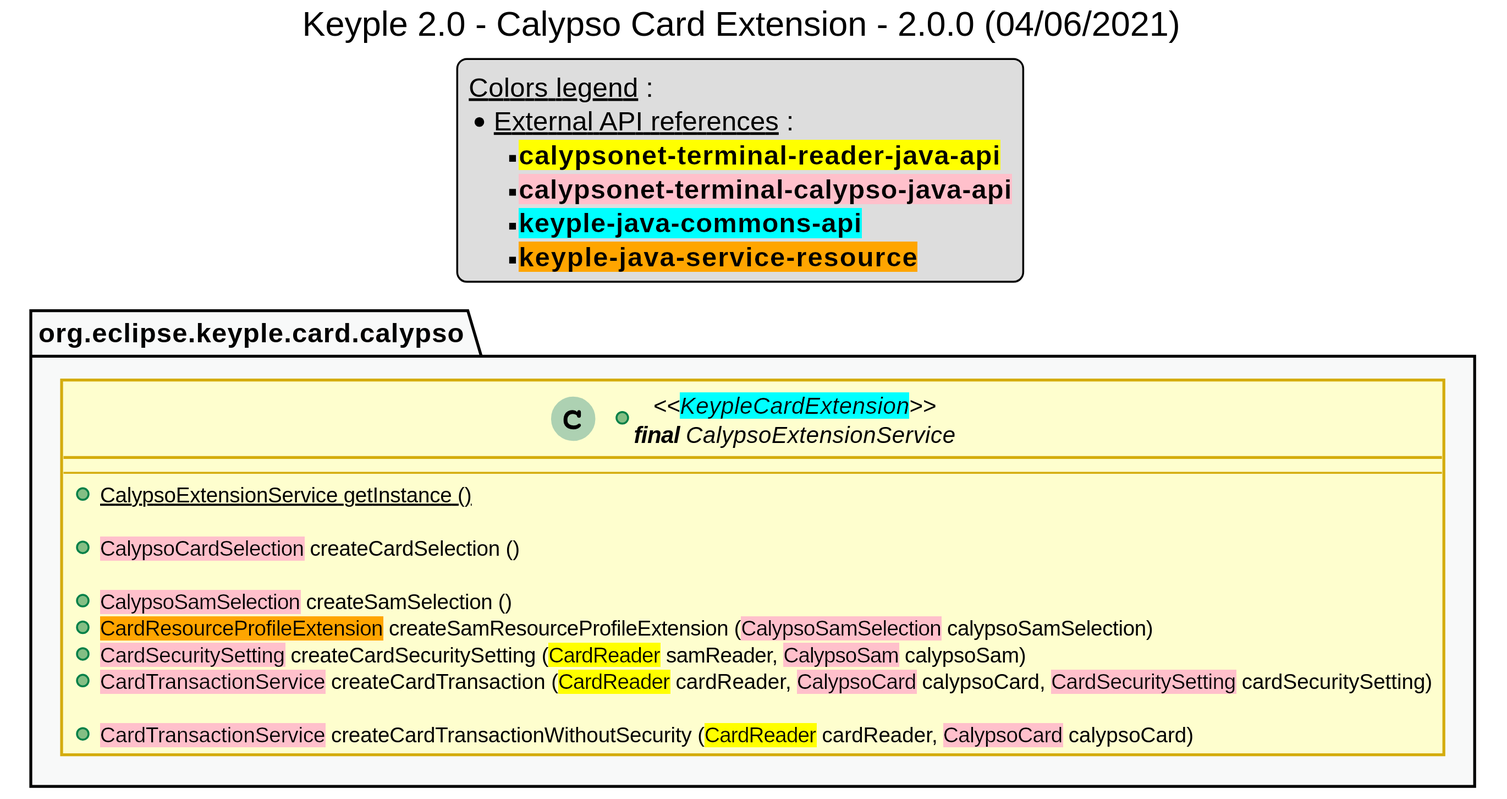
Earlier version of the PlantUML export uml/class/components/card-calypso/keyple_2_0_class_calypso_card_extension.svg (calypsonet/keyple_2_0).
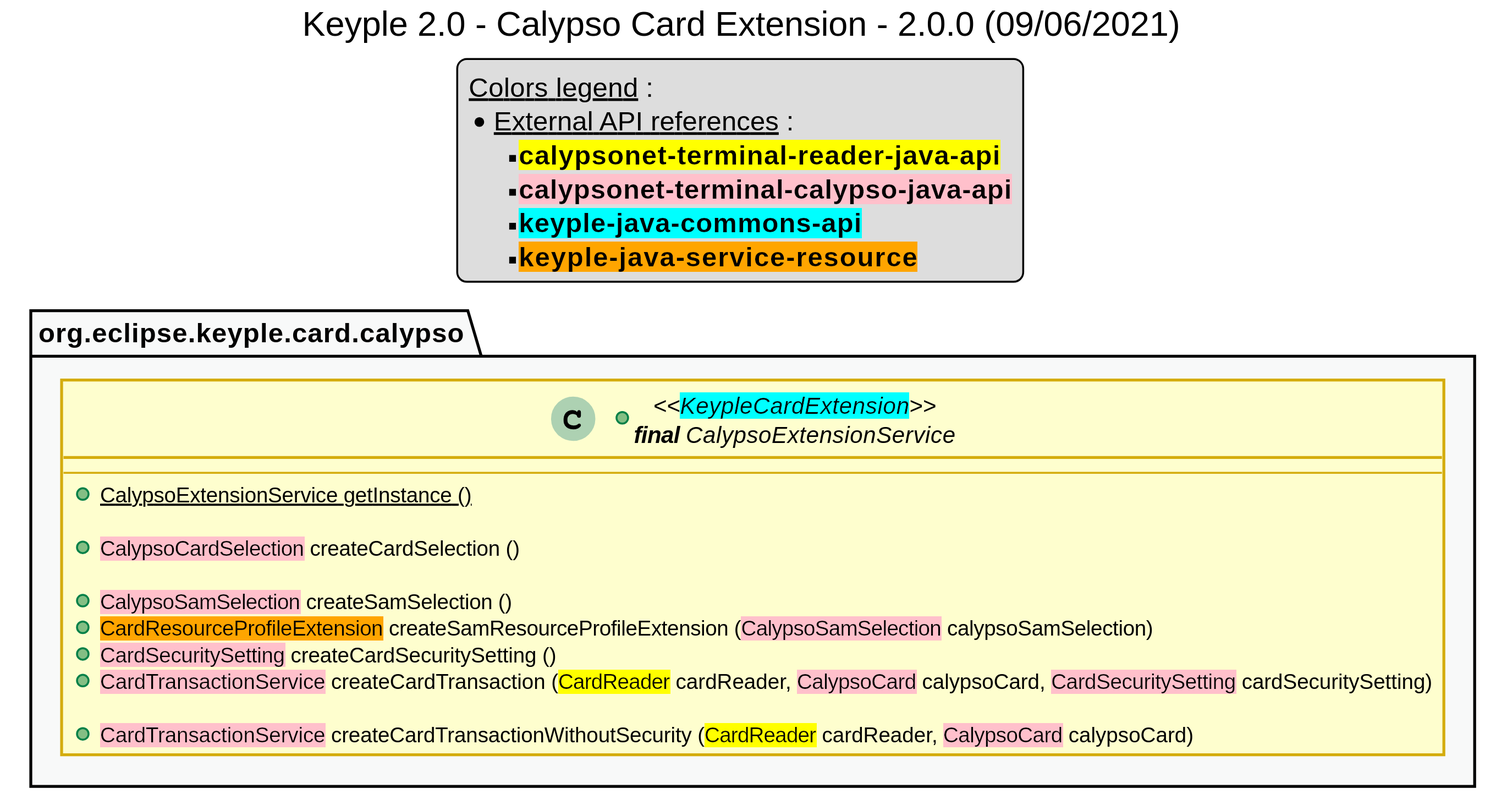
The same file after the commit.

Commit message:
revise calypso api

What changed in the source:
```diff
@@ -1,6 +1,6 @@
 @startuml
 title
-    Keyple 2.0 - Calypso Card Extension - 2.0.0 (04/06/2021)
+    Keyple 2.0 - Calypso Card Extension - 2.0.0 (09/06/2021)
 end title
 
 
@@ -55,7 +55,7 @@
 
         +<back:pink>CalypsoSamSelection</back> createSamSelection ()
         +<back:orange>CardResourceProfileExtension</back> createSamResourceProfileExtension (<back:pink>CalypsoSamSelection</back> calypsoSamSelection)
-        +<back:pink>CardSecuritySetting</back> createCardSecuritySetting (<back:yellow>CardReader</back> samReader, <back:pink>CalypsoSam</back> calypsoSam)
+        +<back:pink>CardSecuritySetting</back> createCardSecuritySetting ()
         +<back:pink>CardTransactionService</back> createCardTransaction (<back:yellow>CardReader</back> cardReader, <back:pink>CalypsoCard</back> calypsoCard, <back:pink>CardSecuritySetting</back> cardSecuritySetting)
 
         +<back:pink>CardTransactionService</back> createCardTransactionWithoutSecurity (<back:yellow>CardReader</back> cardReader, <back:pink>CalypsoCard</back> calypsoCard)
```
